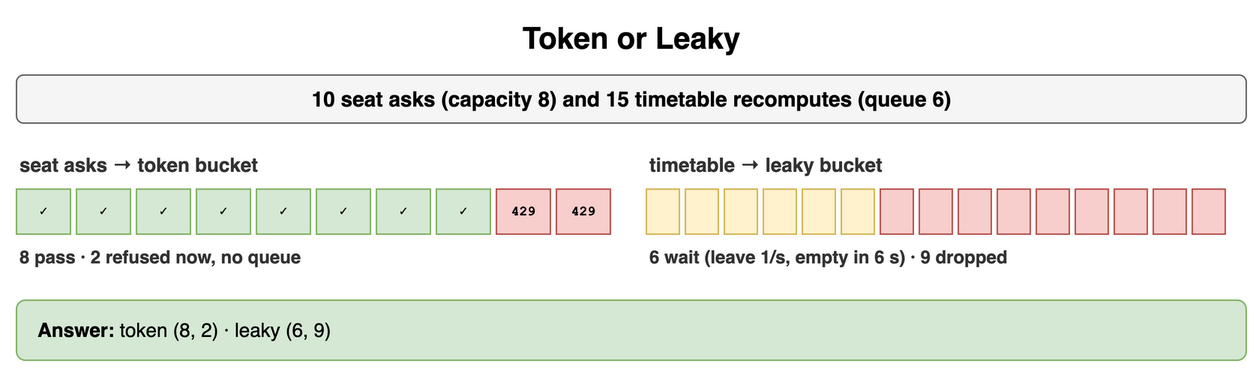
Earlier version of the draw.io export content/09_System_Design_Interview/17_Rate_Limiting_and_Throttling/diagrams/rate-limiting-drills-4-token-or-leaky.png (amendez13/swe-study-guide). Source tidied: cells renumbered, new cells last; positions are measured from the earlier drawing's top-left corner, leaving out a move shared by most shapes.
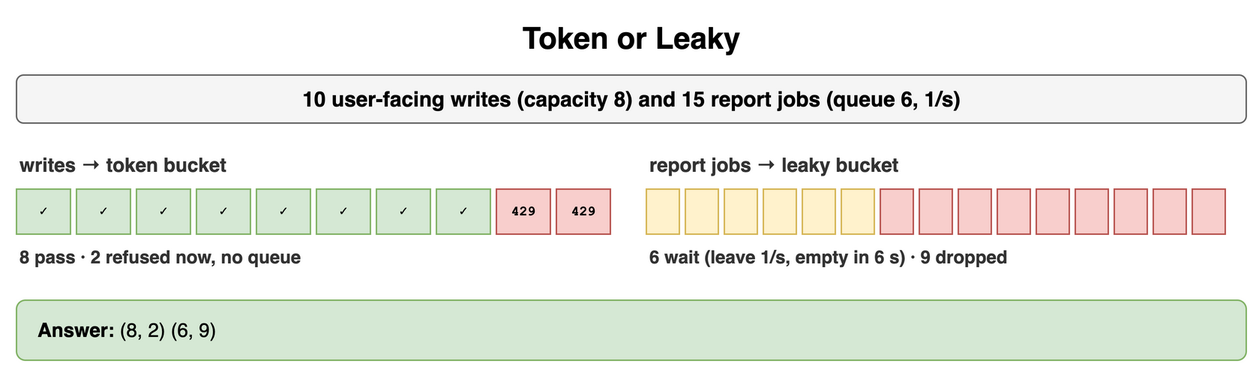
The same file after the commit.

Change to the diagram source:
```diff
@@ -5,10 +5,10 @@
     <mxCell id="2" value="Token or Leaky" style="text;html=1;align=center;verticalAlign=middle;whiteSpace=wrap;fontSize=20;fontStyle=1;" parent="1" vertex="1">
       <mxGeometry width="820" height="30" as="geometry" />
     </mxCell>
-    <mxCell id="3" value="10 seat asks (capacity 8) and 15 timetable recomputes (queue 6)" style="rounded=1;whiteSpace=wrap;html=1;fillColor=#f5f5f5;strokeColor=#666666;fontStyle=1;fontSize=14;" parent="1" vertex="1">
+    <mxCell id="3" value="10 user-facing writes (capacity 8) and 15 report jobs (queue 6, 1/s)" style="rounded=1;whiteSpace=wrap;html=1;fillColor=#f5f5f5;strokeColor=#666666;fontStyle=1;fontSize=14;" parent="1" vertex="1">
       <mxGeometry y="40" width="820" height="32" as="geometry" />
     </mxCell>
-    <mxCell id="4" value="seat asks → token bucket" style="text;html=1;whiteSpace=wrap;fontSize=11;align=left;verticalAlign=middle;fontSize=13;fontColor=#333333;fontStyle=1;" parent="1" vertex="1">
+    <mxCell id="4" value="writes → token bucket" style="text;html=1;whiteSpace=wrap;fontSize=11;align=left;verticalAlign=middle;fontSize=13;fontColor=#333333;fontStyle=1;" parent="1" vertex="1">
       <mxGeometry y="90" width="400" height="20" as="geometry" />
     </mxCell>
     <mxCell id="5" value="✓" style="rounded=0;whiteSpace=wrap;html=1;fontFamily=Courier New;fontStyle=1;fontSize=13;fillColor=#d5e8d4;strokeColor=#82b366;fontSize=9;" parent="1" vertex="1">
@@ -44,7 +44,7 @@
     <mxCell id="15" value="8 pass · 2 refused now, no queue" style="text;html=1;whiteSpace=wrap;fontSize=11;align=left;verticalAlign=middle;fontSize=12;fontColor=#333333;fontStyle=1;" parent="1" vertex="1">
       <mxGeometry y="152" width="400" height="18" as="geometry" />
     </mxCell>
-    <mxCell id="16" value="timetable → leaky bucket" style="text;html=1;whiteSpace=wrap;fontSize=11;align=left;verticalAlign=middle;fontSize=13;fontColor=#333333;fontStyle=1;" parent="1" vertex="1">
+    <mxCell id="16" value="report jobs → leaky bucket" style="text;html=1;whiteSpace=wrap;fontSize=11;align=left;verticalAlign=middle;fontSize=13;fontColor=#333333;fontStyle=1;" parent="1" vertex="1">
       <mxGeometry x="420" y="90" width="400" height="20" as="geometry" />
     </mxCell>
     <mxCell id="17" style="rounded=0;whiteSpace=wrap;html=1;fontFamily=Courier New;fontStyle=1;fontSize=13;fillColor=#fff2cc;strokeColor=#d6b656;fontSize=8;" parent="1" vertex="1">
@@ -95,7 +95,7 @@
     <mxCell id="32" value="6 wait (leave 1/s, empty in 6 s) · 9 dropped" style="text;html=1;whiteSpace=wrap;fontSize=11;align=left;verticalAlign=middle;fontSize=12;fontColor=#333333;fontStyle=1;" parent="1" vertex="1">
       <mxGeometry x="420" y="152" width="400" height="18" as="geometry" />
     </mxCell>
-    <mxCell id="33" value="&lt;b&gt;Answer:&lt;/b&gt; token (8, 2) · leaky (6, 9)" style="rounded=1;whiteSpace=wrap;html=1;fillColor=#d5e8d4;strokeColor=#82b366;fontSize=13;align=left;spacingLeft=12;" parent="1" vertex="1">
+    <mxCell id="33" value="&lt;b&gt;Answer:&lt;/b&gt; (8, 2) (6, 9)" style="rounded=1;whiteSpace=wrap;html=1;fillColor=#d5e8d4;strokeColor=#82b366;fontSize=13;align=left;spacingLeft=12;" parent="1" vertex="1">
       <mxGeometry y="190" width="820" height="40" as="geometry" />
     </mxCell>
   </root>
```
